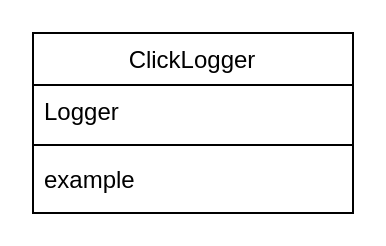
The draw.io diagram docs/ClassDiagram.drawio in V-Perotto/Mappingware, before the edit. Source tidied: cells renumbered, new cells numbered last; positions are measured from the earlier drawing's top-left corner, leaving out a move shared by most shapes. Both pictures are drawn from the tidied source at 200%, with x=0, y=0 at pixel (32, 32).
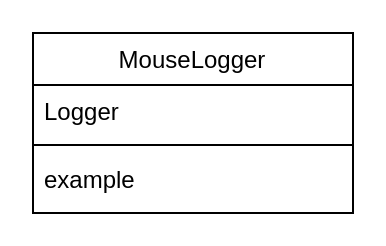
Above is the later version.

Commit message:
Alterando value

The edit, as a diff of the source:
```diff
@@
 <mxGraphModel>
   <root>
     <mxCell id="0" />
     <mxCell id="1" parent="0" />
-    <mxCell id="2" value="ClickLogger" style="swimlane;fontStyle=0;align=center;verticalAlign=top;horizontal=1;startSize=26;rounded=0;shadow=0;strokeWidth=1;" parent="1" vertex="1">
+    <mxCell id="2" value="MouseLogger" style="swimlane;fontStyle=0;align=center;verticalAlign=top;horizontal=1;startSize=26;rounded=0;shadow=0;strokeWidth=1;" parent="1" vertex="1">
       <mxGeometry width="160" height="90" as="geometry" />
     </mxCell>
     <mxCell id="3" value="Logger" style="text;align=left;verticalAlign=top;spacingLeft=4;spacingRight=4;overflow=hidden;rounded=0;shadow=0;html=0;" parent="2" vertex="1">
       <mxGeometry y="26" width="160" height="26" as="geometry" />
     </mxCell>
     <mxCell id="4" style="line;html=1;strokeWidth=1;align=left;verticalAlign=middle;spacingTop=-1;spacingLeft=3;spacingRight=3;labelPosition=right;" parent="2" vertex="1">
       <mxGeometry y="52" width="160" height="8" as="geometry" />
     </mxCell>
     <mxCell id="5" value="example" style="text;align=left;verticalAlign=top;spacingLeft=4;spacingRight=4;overflow=hidden;" parent="2" vertex="1">
       <mxGeometry y="60" width="160" height="26" as="geometry" />
     </mxCell>
   </root>
 </mxGraphModel>
```
